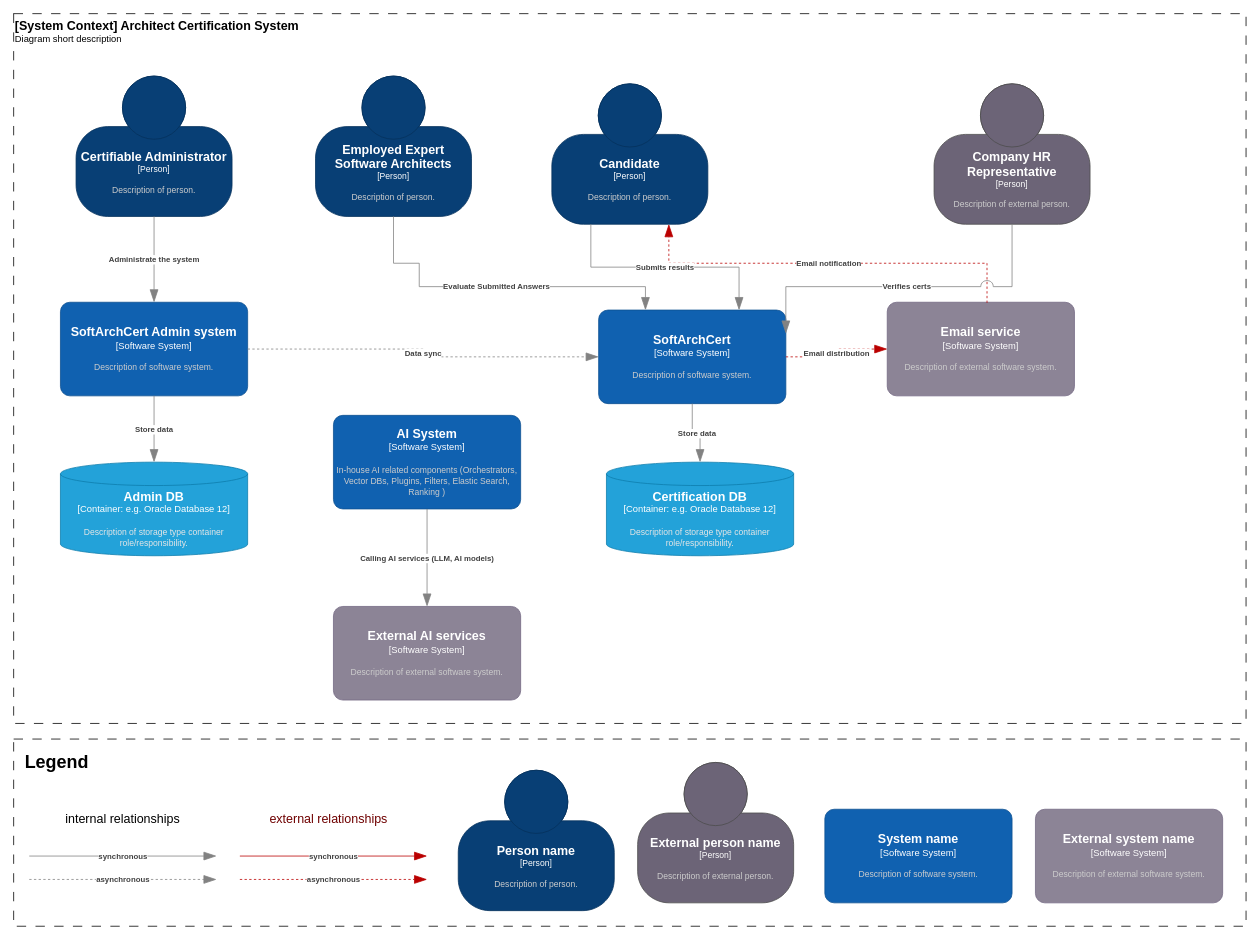
Above: page "C1-Context" (1 of 3) of Certifiable c4.drawio in architectrons/arch-kata-2025 (draw.io), before the change. Source tidied: cells renumbered, new cells numbered last; positions are measured from the earlier drawing's top-left corner, leaving out a move shared by most shapes. Both pictures are drawn from the tidied source at 78%, with x=0, y=0 at pixel (13, 13).
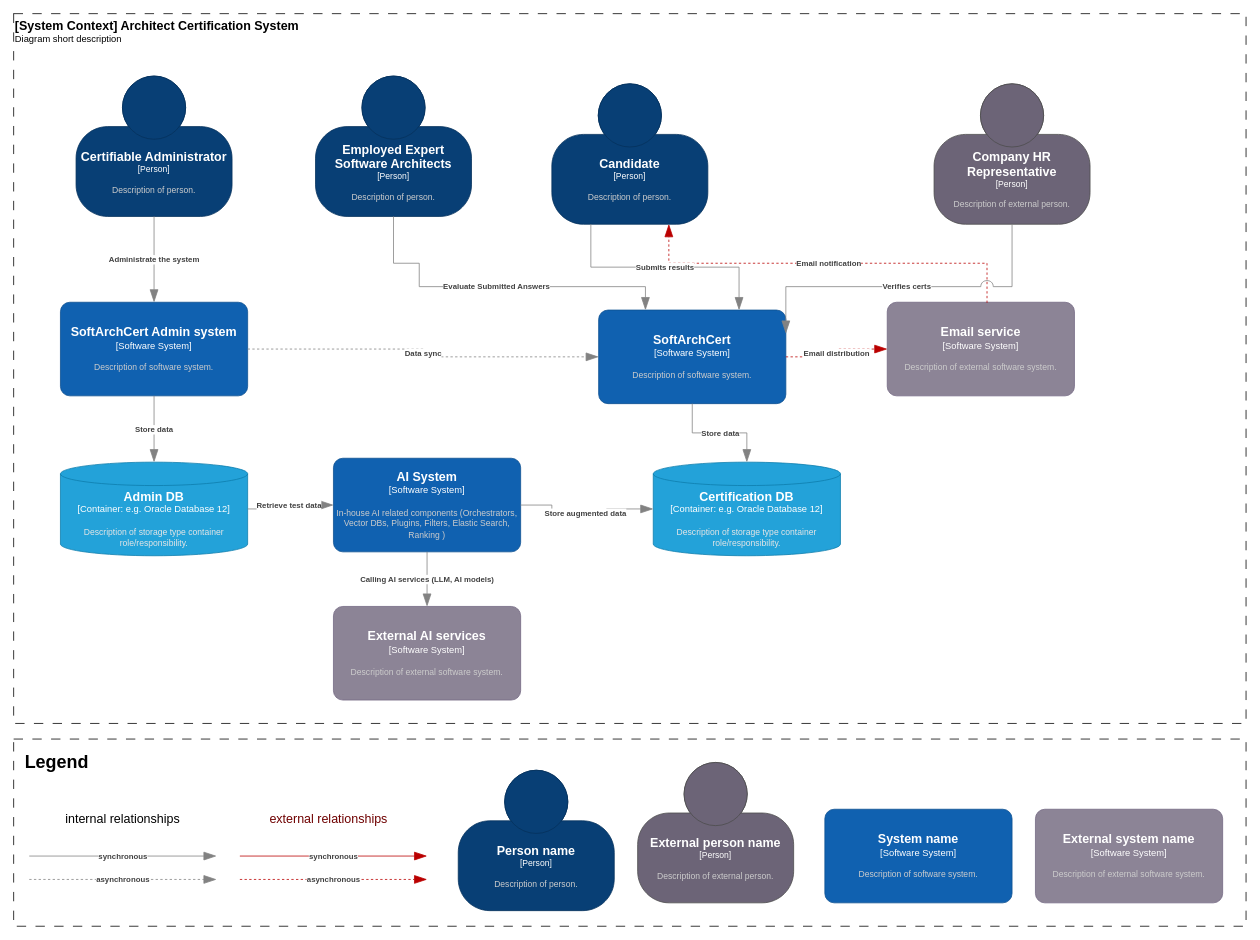
Above is the later version.

Unchanged cells that the change refers to:
```xml
<object id="28" label="&lt;font style=&quot;font-size: 16px&quot;&gt;&lt;b&gt;%c4Name%&lt;/b&gt;&lt;/font&gt;&lt;div&gt;[%c4Type%]&lt;/div&gt;&lt;br&gt;&lt;div&gt;&lt;font style=&quot;font-size: 11px&quot;&gt;&lt;font color=&quot;#cccccc&quot;&gt;%c4Description%&lt;/font&gt;&lt;/div&gt;" c4Description="Description of software system." c4Name="SoftArchCert Admin system" c4Type="Software System" placeholders="1">
  <mxCell style="rounded=1;whiteSpace=wrap;html=1;labelBackgroundColor=none;fillColor=#1061B0;fontColor=#ffffff;align=center;arcSize=10;strokeColor=#0D5091;points=[[0.25,0,0],[0.5,0,0],[0.75,0,0],[1,0.25,0],[1,0.5,0],[1,0.75,0],[0.75,1,0],[0.5,1,0],[0.25,1,0],[0,0.75,0],[0,0.5,0],[0,0.25,0]];" parent="1" vertex="1">
    <mxGeometry x="60" y="370" width="240" height="120" as="geometry" />
  </mxCell>
</object>
<object id="29" label="&lt;font style=&quot;font-size: 16px&quot;&gt;&lt;b&gt;%c4Name%&lt;/b&gt;&lt;/font&gt;&lt;div&gt;[%c4Type%:&amp;nbsp;%c4Technology%]&lt;/div&gt;&lt;br&gt;&lt;div&gt;&lt;font style=&quot;font-size: 11px&quot;&gt;&lt;font color=&quot;#E6E6E6&quot;&gt;%c4Description%&lt;/font&gt;&lt;/div&gt;" c4Description="Description of storage type container role/responsibility." c4Name="Admin DB" c4Technology="e.g. Oracle Database 12" c4Type="Container" placeholders="1">
  <mxCell style="shape=cylinder3;size=15;whiteSpace=wrap;html=1;boundedLbl=1;rounded=0;labelBackgroundColor=none;fillColor=#23A2D9;fontSize=12;fontColor=#ffffff;align=center;strokeColor=#0E7DAD;points=[[0.5,0,0],[1,0.25,0],[1,0.5,0],[1,0.75,0],[0.5,1,0],[0,0.75,0],[0,0.5,0],[0,0.25,0]];" parent="1" vertex="1">
    <mxGeometry x="60" y="575" width="240" height="120" as="geometry" />
  </mxCell>
</object>
```

Diff of the diagram source:
```diff
@@
     <object id="26" label="&lt;font style=&quot;font-size: 16px&quot;&gt;&lt;b&gt;%c4Name%&lt;/b&gt;&lt;/font&gt;&lt;div&gt;[%c4Type%:&amp;nbsp;%c4Technology%]&lt;/div&gt;&lt;br&gt;&lt;div&gt;&lt;font style=&quot;font-size: 11px&quot;&gt;&lt;font color=&quot;#E6E6E6&quot;&gt;%c4Description%&lt;/font&gt;&lt;/div&gt;" c4Description="Description of storage type container role/responsibility." c4Name="Certification DB" c4Technology="e.g. Oracle Database 12" c4Type="Container" placeholders="1">
       <mxCell style="shape=cylinder3;size=15;whiteSpace=wrap;html=1;boundedLbl=1;rounded=0;labelBackgroundColor=none;fillColor=#23A2D9;fontSize=12;fontColor=#ffffff;align=center;strokeColor=#0E7DAD;points=[[0.5,0,0],[1,0.25,0],[1,0.5,0],[1,0.75,0],[0.5,1,0],[0,0.75,0],[0,0.5,0],[0,0.25,0]];" parent="1" vertex="1">
-        <mxGeometry x="760" y="575" width="240" height="120" as="geometry" />
+        <mxGeometry x="820" y="575" width="240" height="120" as="geometry" />
       </mxCell>
     </object>
@@
     <object id="30" label="&lt;div style=&quot;text-align: left&quot;&gt;&lt;div style=&quot;text-align: center&quot;&gt;&lt;b&gt;%c4Description%&lt;/b&gt;&lt;/div&gt;" c4Description="Store data" placeholders="1">
       <mxCell style="endArrow=blockThin;html=1;fontSize=10;fontColor=#404040;strokeWidth=1;endFill=1;strokeColor=#828282;elbow=vertical;endSize=14;startSize=14;jumpStyle=arc;jumpSize=16;rounded=0;edgeStyle=orthogonalEdgeStyle;exitX=0.5;exitY=1;exitDx=0;exitDy=0;exitPerimeter=0;" parent="1" edge="1" source="28" target="29">
-        <mxGeometry relative="1" as="geometry" />
+        <mxGeometry relative="1" as="geometry">
+          <Array as="points">
+            <mxPoint x="180" y="560" />
+            <mxPoint x="180" y="560" />
+          </Array>
+        </mxGeometry>
       </mxCell>
     </object>
@@
     <object id="33" label="&lt;font style=&quot;font-size: 16px&quot;&gt;&lt;b&gt;%c4Name%&lt;/b&gt;&lt;/font&gt;&lt;div&gt;[%c4Type%]&lt;/div&gt;&lt;br&gt;&lt;div&gt;&lt;font style=&quot;font-size: 11px&quot;&gt;&lt;font color=&quot;#cccccc&quot;&gt;%c4Description%&lt;/font&gt;&lt;/div&gt;" c4Description="In-house AI related components (Orchestrators, Vector DBs, Plugins, Filters, Elastic Search, Ranking )" c4Name="AI System" c4Type="Software System" placeholders="1">
       <mxCell style="rounded=1;whiteSpace=wrap;html=1;labelBackgroundColor=none;fillColor=#1061B0;fontColor=#ffffff;align=center;arcSize=10;strokeColor=#0D5091;points=[[0.25,0,0],[0.5,0,0],[0.75,0,0],[1,0.25,0],[1,0.5,0],[1,0.75,0],[0.75,1,0],[0.5,1,0],[0.25,1,0],[0,0.75,0],[0,0.5,0],[0,0.25,0]];" parent="1" vertex="1">
-        <mxGeometry x="410" y="515" width="240" height="120" as="geometry" />
+        <mxGeometry x="410" y="570" width="240" height="120" as="geometry" />
       </mxCell>
     </object>
@@
+    <object id="36" label="&lt;div style=&quot;text-align: left&quot;&gt;&lt;div style=&quot;text-align: center&quot;&gt;&lt;b&gt;%c4Description%&lt;/b&gt;&lt;/div&gt;" c4Description="Retrieve test data " placeholders="1">
+      <mxCell style="endArrow=blockThin;html=1;fontSize=10;fontColor=#404040;strokeWidth=1;endFill=1;strokeColor=#828282;elbow=vertical;endSize=14;startSize=14;jumpStyle=arc;jumpSize=16;rounded=0;edgeStyle=orthogonalEdgeStyle;exitX=1;exitY=0.5;exitDx=0;exitDy=0;exitPerimeter=0;entryX=0;entryY=0.5;entryDx=0;entryDy=0;entryPerimeter=0;" parent="1" edge="1" source="29" target="33">
+        <mxGeometry relative="1" as="geometry">
+          <Array as="points">
+            <mxPoint x="340" y="635" />
+            <mxPoint x="340" y="630" />
+          </Array>
+        </mxGeometry>
+      </mxCell>
+    </object>
+    <object id="37" label="&lt;div style=&quot;text-align: left&quot;&gt;&lt;div style=&quot;text-align: center&quot;&gt;&lt;b&gt;%c4Description%&lt;/b&gt;&lt;/div&gt;" c4Description="Store augmented data" placeholders="1">
+      <mxCell style="endArrow=blockThin;html=1;fontSize=10;fontColor=#404040;strokeWidth=1;endFill=1;strokeColor=#828282;elbow=vertical;endSize=14;startSize=14;jumpStyle=arc;jumpSize=16;rounded=0;edgeStyle=orthogonalEdgeStyle;exitX=1;exitY=0.5;exitDx=0;exitDy=0;exitPerimeter=0;entryX=0;entryY=0.5;entryDx=0;entryDy=0;entryPerimeter=0;" parent="1" edge="1" source="33" target="26">
+        <mxGeometry relative="1" as="geometry">
+          <Array as="points">
+            <mxPoint x="690" y="630" />
+            <mxPoint x="690" y="640" />
+            <mxPoint x="760" y="640" />
+            <mxPoint x="760" y="635" />
+          </Array>
+        </mxGeometry>
+      </mxCell>
+    </object>
```
